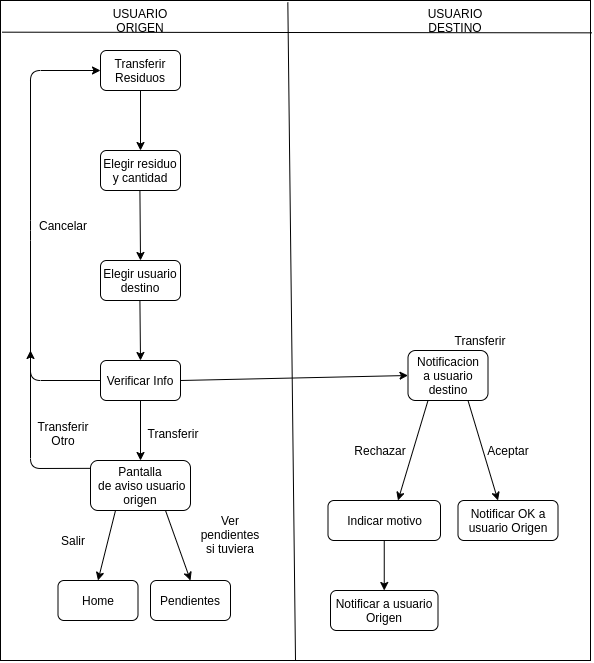
Above: docs/assets/pmv/transferir.png in colmena-project/doc-website (draw.io), before the change. Source tidied: cells renumbered, new cells last; positions are measured from the earlier drawing's top-left corner, leaving out a move shared by most shapes. The source it was exported from:
```xml
<mxGraphModel>
  <root>
    <mxCell id="0" />
    <mxCell id="1" parent="0" />
    <mxCell id="2" style="rounded=0;whiteSpace=wrap;html=1;" parent="1" vertex="1">
      <mxGeometry width="590" height="660" as="geometry" />
    </mxCell>
    <mxCell id="3" style="endArrow=none;html=1;exitX=0.003;exitY=0.048;exitDx=0;exitDy=0;exitPerimeter=0;entryX=1.002;entryY=0.049;entryDx=0;entryDy=0;entryPerimeter=0;" parent="1" edge="1" source="2" target="2">
      <mxGeometry relative="1" as="geometry" />
    </mxCell>
    <mxCell id="4" style="endArrow=none;html=1;entryX=0.487;entryY=0.003;entryDx=0;entryDy=0;entryPerimeter=0;exitX=0.5;exitY=1;exitDx=0;exitDy=0;" parent="1" edge="1" source="2" target="2">
      <mxGeometry relative="1" as="geometry" />
    </mxCell>
    <mxCell id="5" value="Transferir&lt;br&gt;Residuos" style="rounded=1;whiteSpace=wrap;html=1;fontSize=12;glass=0;strokeWidth=1;shadow=0;" parent="1" vertex="1">
      <mxGeometry x="100" y="50" width="80" height="40" as="geometry" />
    </mxCell>
    <mxCell id="6" value="Verificar Info" style="rounded=1;whiteSpace=wrap;html=1;fontSize=12;glass=0;strokeWidth=1;shadow=0;" parent="1" vertex="1">
      <mxGeometry x="100" y="360" width="80" height="40" as="geometry" />
    </mxCell>
    <mxCell id="7" style="endArrow=classic;html=1;exitX=0.5;exitY=1;exitDx=0;exitDy=0;" parent="1" edge="1" source="5">
      <mxGeometry relative="1" as="geometry">
        <mxPoint x="140" y="150" as="targetPoint" />
      </mxGeometry>
    </mxCell>
    <mxCell id="8" style="endArrow=classic;html=1;exitX=0.5;exitY=1;exitDx=0;exitDy=0;entryX=0.5;entryY=0;entryDx=0;entryDy=0;" parent="1" edge="1" source="6" target="9">
      <mxGeometry relative="1" as="geometry" />
    </mxCell>
    <mxCell id="9" value="Pantalla&lt;br&gt;&amp;nbsp;de aviso usuario origen" style="rounded=1;whiteSpace=wrap;html=1;fontSize=12;glass=0;strokeWidth=1;shadow=0;" parent="1" vertex="1">
      <mxGeometry x="90" y="460" width="100" height="50" as="geometry" />
    </mxCell>
    <mxCell id="10" value="Transferir" style="text;html=1;strokeColor=none;fillColor=none;align=center;verticalAlign=middle;whiteSpace=wrap;rounded=0;" parent="1" vertex="1">
      <mxGeometry x="152.5" y="423" width="40" height="20" as="geometry" />
    </mxCell>
    <mxCell id="11" value="Elegir residuo&lt;br&gt;y cantidad" style="rounded=1;whiteSpace=wrap;html=1;fontSize=12;glass=0;strokeWidth=1;shadow=0;" parent="1" vertex="1">
      <mxGeometry x="100" y="150" width="80" height="40" as="geometry" />
    </mxCell>
    <mxCell id="12" value="Elegir usuario&lt;br&gt;destino" style="rounded=1;whiteSpace=wrap;html=1;fontSize=12;glass=0;strokeWidth=1;shadow=0;" parent="1" vertex="1">
      <mxGeometry x="100" y="260" width="80" height="40" as="geometry" />
    </mxCell>
    <mxCell id="13" style="endArrow=classic;html=1;exitX=0.5;exitY=1;exitDx=0;exitDy=0;entryX=0.5;entryY=0;entryDx=0;entryDy=0;" parent="1" edge="1" target="12">
      <mxGeometry relative="1" as="geometry">
        <mxPoint x="139.4" y="190" as="sourcePoint" />
      </mxGeometry>
    </mxCell>
    <mxCell id="14" style="endArrow=classic;html=1;entryX=0;entryY=0.5;entryDx=0;entryDy=0;exitX=0;exitY=0.5;exitDx=0;exitDy=0;" parent="1" edge="1" source="6" target="5">
      <mxGeometry relative="1" as="geometry">
        <Array as="points">
          <mxPoint x="30" y="380" />
          <mxPoint x="30" y="230" />
          <mxPoint x="30" y="70" />
        </Array>
      </mxGeometry>
    </mxCell>
    <mxCell id="15" value="Cancelar" style="text;html=1;strokeColor=none;fillColor=none;align=center;verticalAlign=middle;whiteSpace=wrap;rounded=0;" parent="1" vertex="1">
      <mxGeometry x="42.5" y="215" width="40" height="20" as="geometry" />
    </mxCell>
    <mxCell id="16" style="endArrow=classic;html=1;exitX=0.5;exitY=1;exitDx=0;exitDy=0;" parent="1" edge="1">
      <mxGeometry relative="1" as="geometry">
        <mxPoint x="139.4" y="300" as="sourcePoint" />
        <mxPoint x="140" y="360" as="targetPoint" />
      </mxGeometry>
    </mxCell>
    <mxCell id="17" style="endArrow=classic;html=1;exitX=0.75;exitY=1;exitDx=0;exitDy=0;entryX=0.5;entryY=0;entryDx=0;entryDy=0;" parent="1" edge="1" source="9" target="19">
      <mxGeometry relative="1" as="geometry" />
    </mxCell>
    <mxCell id="18" value="Ver pendientes si tuviera" style="text;html=1;strokeColor=none;fillColor=none;align=center;verticalAlign=middle;whiteSpace=wrap;rounded=0;" parent="1" vertex="1">
      <mxGeometry x="210" y="524" width="40" height="20" as="geometry" />
    </mxCell>
    <mxCell id="19" value="Pendientes" style="rounded=1;whiteSpace=wrap;html=1;fontSize=12;glass=0;strokeWidth=1;shadow=0;" parent="1" vertex="1">
      <mxGeometry x="150" y="580" width="80" height="40" as="geometry" />
    </mxCell>
    <mxCell id="20" style="endArrow=classic;html=1;exitX=0.25;exitY=1;exitDx=0;exitDy=0;entryX=0.5;entryY=0;entryDx=0;entryDy=0;" parent="1" edge="1" source="9" target="22">
      <mxGeometry relative="1" as="geometry" />
    </mxCell>
    <mxCell id="21" value="Transferir Otro" style="text;html=1;strokeColor=none;fillColor=none;align=center;verticalAlign=middle;whiteSpace=wrap;rounded=0;" parent="1" vertex="1">
      <mxGeometry x="42.5" y="423" width="40" height="20" as="geometry" />
    </mxCell>
    <mxCell id="22" value="Home" style="rounded=1;whiteSpace=wrap;html=1;fontSize=12;glass=0;strokeWidth=1;shadow=0;" parent="1" vertex="1">
      <mxGeometry x="57.5" y="580" width="80" height="40" as="geometry" />
    </mxCell>
    <mxCell id="23" value="Salir" style="text;html=1;strokeColor=none;fillColor=none;align=center;verticalAlign=middle;whiteSpace=wrap;rounded=0;" parent="1" vertex="1">
      <mxGeometry x="52.5" y="530" width="40" height="20" as="geometry" />
    </mxCell>
    <mxCell id="24" style="endArrow=classic;html=1;exitX=0.003;exitY=0.157;exitDx=0;exitDy=0;exitPerimeter=0;" parent="1" edge="1" source="9">
      <mxGeometry relative="1" as="geometry">
        <mxPoint x="30" y="350" as="targetPoint" />
        <Array as="points">
          <mxPoint x="30" y="468" />
        </Array>
      </mxGeometry>
    </mxCell>
    <mxCell id="25" value="USUARIO ORIGEN" style="text;html=1;strokeColor=none;fillColor=none;align=center;verticalAlign=middle;whiteSpace=wrap;rounded=0;" parent="1" vertex="1">
      <mxGeometry x="120" y="10" width="40" height="20" as="geometry" />
    </mxCell>
    <mxCell id="26" value="Notificacion&lt;br&gt;a usuario destino" style="rounded=1;whiteSpace=wrap;html=1;fontSize=12;glass=0;strokeWidth=1;shadow=0;" parent="1" vertex="1">
      <mxGeometry x="407.5" y="350" width="80" height="50" as="geometry" />
    </mxCell>
    <mxCell id="27" style="endArrow=classic;html=1;entryX=0;entryY=0.5;entryDx=0;entryDy=0;" parent="1" edge="1" target="26">
      <mxGeometry relative="1" as="geometry">
        <mxPoint x="180" y="380" as="sourcePoint" />
      </mxGeometry>
    </mxCell>
    <mxCell id="28" value="Transferir" style="text;html=1;strokeColor=none;fillColor=none;align=center;verticalAlign=middle;whiteSpace=wrap;rounded=0;" parent="1" vertex="1">
      <mxGeometry x="460" y="330" width="40" height="20" as="geometry" />
    </mxCell>
    <mxCell id="29" style="endArrow=classic;html=1;exitX=0.75;exitY=1;exitDx=0;exitDy=0;" parent="1" edge="1" source="26">
      <mxGeometry relative="1" as="geometry">
        <mxPoint x="497.5" y="500" as="targetPoint" />
      </mxGeometry>
    </mxCell>
    <mxCell id="30" style="endArrow=classic;html=1;exitX=0.25;exitY=1;exitDx=0;exitDy=0;" parent="1" edge="1" source="26">
      <mxGeometry relative="1" as="geometry">
        <mxPoint x="397.5" y="500" as="targetPoint" />
      </mxGeometry>
    </mxCell>
    <mxCell id="31" value="Aceptar" style="text;html=1;strokeColor=none;fillColor=none;align=center;verticalAlign=middle;whiteSpace=wrap;rounded=0;" parent="1" vertex="1">
      <mxGeometry x="487.5" y="440" width="40" height="20" as="geometry" />
    </mxCell>
    <mxCell id="32" value="Rechazar" style="text;html=1;strokeColor=none;fillColor=none;align=center;verticalAlign=middle;whiteSpace=wrap;rounded=0;" parent="1" vertex="1">
      <mxGeometry x="360" y="440" width="40" height="20" as="geometry" />
    </mxCell>
    <mxCell id="33" value="Indicar motivo" style="rounded=1;whiteSpace=wrap;html=1;fontSize=12;glass=0;strokeWidth=1;shadow=0;" parent="1" vertex="1">
      <mxGeometry x="327.5" y="500" width="112.5" height="40" as="geometry" />
    </mxCell>
    <mxCell id="34" value="Notificar OK a usuario Origen" style="rounded=1;whiteSpace=wrap;html=1;fontSize=12;glass=0;strokeWidth=1;shadow=0;" parent="1" vertex="1">
      <mxGeometry x="457.5" y="500" width="100" height="40" as="geometry" />
    </mxCell>
    <mxCell id="35" value="Notificar a usuario Origen" style="rounded=1;whiteSpace=wrap;html=1;fontSize=12;glass=0;strokeWidth=1;shadow=0;" parent="1" vertex="1">
      <mxGeometry x="330" y="590" width="107.5" height="40" as="geometry" />
    </mxCell>
    <mxCell id="36" style="endArrow=classic;html=1;exitX=0.5;exitY=1;exitDx=0;exitDy=0;entryX=0.5;entryY=0;entryDx=0;entryDy=0;" parent="1" edge="1" source="33" target="35">
      <mxGeometry relative="1" as="geometry" />
    </mxCell>
    <mxCell id="37" value="USUARIO DESTINO" style="text;html=1;strokeColor=none;fillColor=none;align=center;verticalAlign=middle;whiteSpace=wrap;rounded=0;" parent="1" vertex="1">
      <mxGeometry x="435" y="10" width="40" height="20" as="geometry" />
    </mxCell>
  </root>
</mxGraphModel>
```
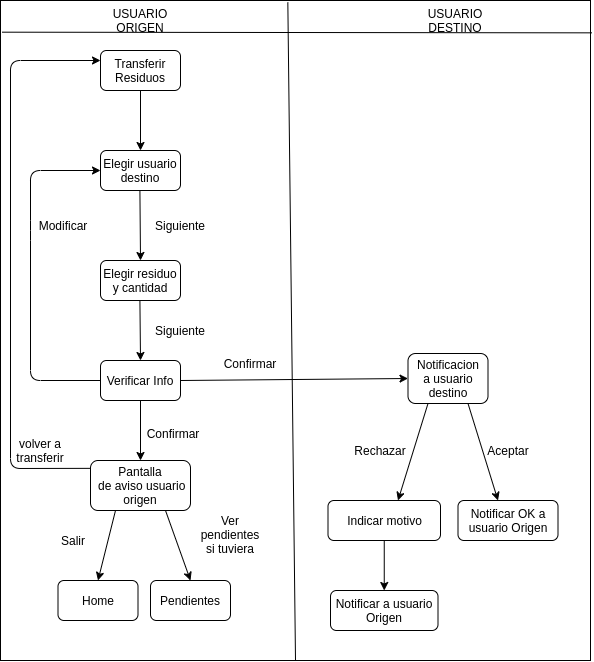
The same file after the commit.

The edit, as a diff of the source:
```diff
@@ -28,13 +28,13 @@
     <mxCell id="9" value="Pantalla&lt;br&gt;&amp;nbsp;de aviso usuario origen" style="rounded=1;whiteSpace=wrap;html=1;fontSize=12;glass=0;strokeWidth=1;shadow=0;" parent="1" vertex="1">
       <mxGeometry x="90" y="460" width="100" height="50" as="geometry" />
     </mxCell>
-    <mxCell id="10" value="Transferir" style="text;html=1;strokeColor=none;fillColor=none;align=center;verticalAlign=middle;whiteSpace=wrap;rounded=0;" parent="1" vertex="1">
+    <mxCell id="10" value="Confirmar" style="text;html=1;strokeColor=none;fillColor=none;align=center;verticalAlign=middle;whiteSpace=wrap;rounded=0;" parent="1" vertex="1">
       <mxGeometry x="152.5" y="423" width="40" height="20" as="geometry" />
     </mxCell>
-    <mxCell id="11" value="Elegir residuo&lt;br&gt;y cantidad" style="rounded=1;whiteSpace=wrap;html=1;fontSize=12;glass=0;strokeWidth=1;shadow=0;" parent="1" vertex="1">
+    <mxCell id="11" value="Elegir usuario destino" style="rounded=1;whiteSpace=wrap;html=1;fontSize=12;glass=0;strokeWidth=1;shadow=0;" parent="1" vertex="1">
       <mxGeometry x="100" y="150" width="80" height="40" as="geometry" />
     </mxCell>
-    <mxCell id="12" value="Elegir usuario&lt;br&gt;destino" style="rounded=1;whiteSpace=wrap;html=1;fontSize=12;glass=0;strokeWidth=1;shadow=0;" parent="1" vertex="1">
+    <mxCell id="12" value="Elegir residuo&lt;br&gt;y cantidad" style="rounded=1;whiteSpace=wrap;html=1;fontSize=12;glass=0;strokeWidth=1;shadow=0;" parent="1" vertex="1">
       <mxGeometry x="100" y="260" width="80" height="40" as="geometry" />
     </mxCell>
     <mxCell id="13" style="endArrow=classic;html=1;exitX=0.5;exitY=1;exitDx=0;exitDy=0;entryX=0.5;entryY=0;entryDx=0;entryDy=0;" parent="1" edge="1" target="12">
@@ -42,16 +42,16 @@
         <mxPoint x="139.4" y="190" as="sourcePoint" />
       </mxGeometry>
     </mxCell>
-    <mxCell id="14" style="endArrow=classic;html=1;entryX=0;entryY=0.5;entryDx=0;entryDy=0;exitX=0;exitY=0.5;exitDx=0;exitDy=0;" parent="1" edge="1" source="6" target="5">
+    <mxCell id="14" style="endArrow=classic;html=1;entryX=0;entryY=0.5;entryDx=0;entryDy=0;exitX=0;exitY=0.5;exitDx=0;exitDy=0;" parent="1" edge="1" source="6" target="11">
       <mxGeometry relative="1" as="geometry">
         <Array as="points">
           <mxPoint x="30" y="380" />
           <mxPoint x="30" y="230" />
-          <mxPoint x="30" y="70" />
+          <mxPoint x="30" y="170" />
         </Array>
       </mxGeometry>
     </mxCell>
-    <mxCell id="15" value="Cancelar" style="text;html=1;strokeColor=none;fillColor=none;align=center;verticalAlign=middle;whiteSpace=wrap;rounded=0;" parent="1" vertex="1">
+    <mxCell id="15" value="Modificar" style="text;html=1;strokeColor=none;fillColor=none;align=center;verticalAlign=middle;whiteSpace=wrap;rounded=0;" parent="1" vertex="1">
       <mxGeometry x="42.5" y="215" width="40" height="20" as="geometry" />
     </mxCell>
     <mxCell id="16" style="endArrow=classic;html=1;exitX=0.5;exitY=1;exitDx=0;exitDy=0;" parent="1" edge="1">
@@ -72,8 +72,8 @@
     <mxCell id="20" style="endArrow=classic;html=1;exitX=0.25;exitY=1;exitDx=0;exitDy=0;entryX=0.5;entryY=0;entryDx=0;entryDy=0;" parent="1" edge="1" source="9" target="22">
       <mxGeometry relative="1" as="geometry" />
     </mxCell>
-    <mxCell id="21" value="Transferir Otro" style="text;html=1;strokeColor=none;fillColor=none;align=center;verticalAlign=middle;whiteSpace=wrap;rounded=0;" parent="1" vertex="1">
-      <mxGeometry x="42.5" y="423" width="40" height="20" as="geometry" />
+    <mxCell id="21" value="volver a transferir" style="text;html=1;strokeColor=none;fillColor=none;align=center;verticalAlign=middle;whiteSpace=wrap;rounded=0;" parent="1" vertex="1">
+      <mxGeometry x="20" y="440" width="40" height="20" as="geometry" />
     </mxCell>
     <mxCell id="22" value="Home" style="rounded=1;whiteSpace=wrap;html=1;fontSize=12;glass=0;strokeWidth=1;shadow=0;" parent="1" vertex="1">
       <mxGeometry x="57.5" y="580" width="80" height="40" as="geometry" />
@@ -81,11 +81,11 @@
     <mxCell id="23" value="Salir" style="text;html=1;strokeColor=none;fillColor=none;align=center;verticalAlign=middle;whiteSpace=wrap;rounded=0;" parent="1" vertex="1">
       <mxGeometry x="52.5" y="530" width="40" height="20" as="geometry" />
     </mxCell>
-    <mxCell id="24" style="endArrow=classic;html=1;exitX=0.003;exitY=0.157;exitDx=0;exitDy=0;exitPerimeter=0;" parent="1" edge="1" source="9">
+    <mxCell id="24" style="endArrow=classic;html=1;exitX=0.003;exitY=0.157;exitDx=0;exitDy=0;exitPerimeter=0;entryX=0;entryY=0.25;entryDx=0;entryDy=0;" parent="1" edge="1" source="9" target="5">
       <mxGeometry relative="1" as="geometry">
-        <mxPoint x="30" y="350" as="targetPoint" />
         <Array as="points">
-          <mxPoint x="30" y="468" />
+          <mxPoint x="10" y="468" />
+          <mxPoint x="10" y="60" />
         </Array>
       </mxGeometry>
     </mxCell>
@@ -93,46 +93,52 @@
       <mxGeometry x="120" y="10" width="40" height="20" as="geometry" />
     </mxCell>
     <mxCell id="26" value="Notificacion&lt;br&gt;a usuario destino" style="rounded=1;whiteSpace=wrap;html=1;fontSize=12;glass=0;strokeWidth=1;shadow=0;" parent="1" vertex="1">
-      <mxGeometry x="407.5" y="350" width="80" height="50" as="geometry" />
+      <mxGeometry x="407.5" y="353" width="80" height="50" as="geometry" />
     </mxCell>
     <mxCell id="27" style="endArrow=classic;html=1;entryX=0;entryY=0.5;entryDx=0;entryDy=0;" parent="1" edge="1" target="26">
       <mxGeometry relative="1" as="geometry">
         <mxPoint x="180" y="380" as="sourcePoint" />
       </mxGeometry>
     </mxCell>
-    <mxCell id="28" value="Transferir" style="text;html=1;strokeColor=none;fillColor=none;align=center;verticalAlign=middle;whiteSpace=wrap;rounded=0;" parent="1" vertex="1">
-      <mxGeometry x="460" y="330" width="40" height="20" as="geometry" />
+    <mxCell id="28" style="endArrow=classic;html=1;exitX=0.75;exitY=1;exitDx=0;exitDy=0;" parent="1" edge="1" source="26">
+      <mxGeometry relative="1" as="geometry">
+        <mxPoint x="497.5" y="500" as="targetPoint" />
+      </mxGeometry>
     </mxCell>
-    <mxCell id="29" style="endArrow=classic;html=1;exitX=0.75;exitY=1;exitDx=0;exitDy=0;" parent="1" edge="1" source="26">
+    <mxCell id="29" style="endArrow=classic;html=1;exitX=0.25;exitY=1;exitDx=0;exitDy=0;" parent="1" edge="1" source="26">
       <mxGeometry relative="1" as="geometry">
-        <mxPoint x="497.5" y="500" as="targetPoint" />
+        <mxPoint x="397.5" y="500" as="targetPoint" />
       </mxGeometry>
     </mxCell>
-    <mxCell id="30" style="endArrow=classic;html=1;exitX=0.25;exitY=1;exitDx=0;exitDy=0;" parent="1" edge="1" source="26">
-      <mxGeometry relative="1" as="geometry">
-        <mxPoint x="397.5" y="500" as="targetPoint" />
-      </mxGeometry>
+    <mxCell id="30" value="Aceptar" style="text;html=1;strokeColor=none;fillColor=none;align=center;verticalAlign=middle;whiteSpace=wrap;rounded=0;" parent="1" vertex="1">
+      <mxGeometry x="487.5" y="440" width="40" height="20" as="geometry" />
     </mxCell>
-    <mxCell id="31" value="Aceptar" style="text;html=1;strokeColor=none;fillColor=none;align=center;verticalAlign=middle;whiteSpace=wrap;rounded=0;" parent="1" vertex="1">
-      <mxGeometry x="487.5" y="440" width="40" height="20" as="geometry" />
+    <mxCell id="31" value="Rechazar" style="text;html=1;strokeColor=none;fillColor=none;align=center;verticalAlign=middle;whiteSpace=wrap;rounded=0;" parent="1" vertex="1">
+      <mxGeometry x="360" y="440" width="40" height="20" as="geometry" />
     </mxCell>
-    <mxCell id="32" value="Rechazar" style="text;html=1;strokeColor=none;fillColor=none;align=center;verticalAlign=middle;whiteSpace=wrap;rounded=0;" parent="1" vertex="1">
-      <mxGeometry x="360" y="440" width="40" height="20" as="geometry" />
+    <mxCell id="32" value="Indicar motivo" style="rounded=1;whiteSpace=wrap;html=1;fontSize=12;glass=0;strokeWidth=1;shadow=0;" parent="1" vertex="1">
+      <mxGeometry x="327.5" y="500" width="112.5" height="40" as="geometry" />
     </mxCell>
-    <mxCell id="33" value="Indicar motivo" style="rounded=1;whiteSpace=wrap;html=1;fontSize=12;glass=0;strokeWidth=1;shadow=0;" parent="1" vertex="1">
-      <mxGeometry x="327.5" y="500" width="112.5" height="40" as="geometry" />
+    <mxCell id="33" value="Notificar OK a usuario Origen" style="rounded=1;whiteSpace=wrap;html=1;fontSize=12;glass=0;strokeWidth=1;shadow=0;" parent="1" vertex="1">
+      <mxGeometry x="457.5" y="500" width="100" height="40" as="geometry" />
     </mxCell>
-    <mxCell id="34" value="Notificar OK a usuario Origen" style="rounded=1;whiteSpace=wrap;html=1;fontSize=12;glass=0;strokeWidth=1;shadow=0;" parent="1" vertex="1">
-      <mxGeometry x="457.5" y="500" width="100" height="40" as="geometry" />
+    <mxCell id="34" value="Notificar a usuario Origen" style="rounded=1;whiteSpace=wrap;html=1;fontSize=12;glass=0;strokeWidth=1;shadow=0;" parent="1" vertex="1">
+      <mxGeometry x="330" y="590" width="107.5" height="40" as="geometry" />
     </mxCell>
-    <mxCell id="35" value="Notificar a usuario Origen" style="rounded=1;whiteSpace=wrap;html=1;fontSize=12;glass=0;strokeWidth=1;shadow=0;" parent="1" vertex="1">
-      <mxGeometry x="330" y="590" width="107.5" height="40" as="geometry" />
+    <mxCell id="35" style="endArrow=classic;html=1;exitX=0.5;exitY=1;exitDx=0;exitDy=0;entryX=0.5;entryY=0;entryDx=0;entryDy=0;" parent="1" edge="1" source="32" target="34">
+      <mxGeometry relative="1" as="geometry" />
     </mxCell>
-    <mxCell id="36" style="endArrow=classic;html=1;exitX=0.5;exitY=1;exitDx=0;exitDy=0;entryX=0.5;entryY=0;entryDx=0;entryDy=0;" parent="1" edge="1" source="33" target="35">
-      <mxGeometry relative="1" as="geometry" />
+    <mxCell id="36" value="USUARIO DESTINO" style="text;html=1;strokeColor=none;fillColor=none;align=center;verticalAlign=middle;whiteSpace=wrap;rounded=0;" parent="1" vertex="1">
+      <mxGeometry x="435" y="10" width="40" height="20" as="geometry" />
     </mxCell>
-    <mxCell id="37" value="USUARIO DESTINO" style="text;html=1;strokeColor=none;fillColor=none;align=center;verticalAlign=middle;whiteSpace=wrap;rounded=0;" parent="1" vertex="1">
-      <mxGeometry x="435" y="10" width="40" height="20" as="geometry" />
+    <mxCell id="37" value="Siguiente" style="text;html=1;strokeColor=none;fillColor=none;align=center;verticalAlign=middle;whiteSpace=wrap;rounded=0;" parent="1" vertex="1">
+      <mxGeometry x="160" y="215" width="40" height="20" as="geometry" />
     </mxCell>
+    <mxCell id="38" value="Siguiente" style="text;html=1;strokeColor=none;fillColor=none;align=center;verticalAlign=middle;whiteSpace=wrap;rounded=0;" parent="1" vertex="1">
+      <mxGeometry x="160" y="320" width="40" height="20" as="geometry" />
+    </mxCell>
+    <mxCell id="39" value="Confirmar" style="text;html=1;strokeColor=none;fillColor=none;align=center;verticalAlign=middle;whiteSpace=wrap;rounded=0;" parent="1" vertex="1">
+      <mxGeometry x="230" y="353" width="40" height="20" as="geometry" />
+    </mxCell>
   </root>
 </mxGraphModel>
```
